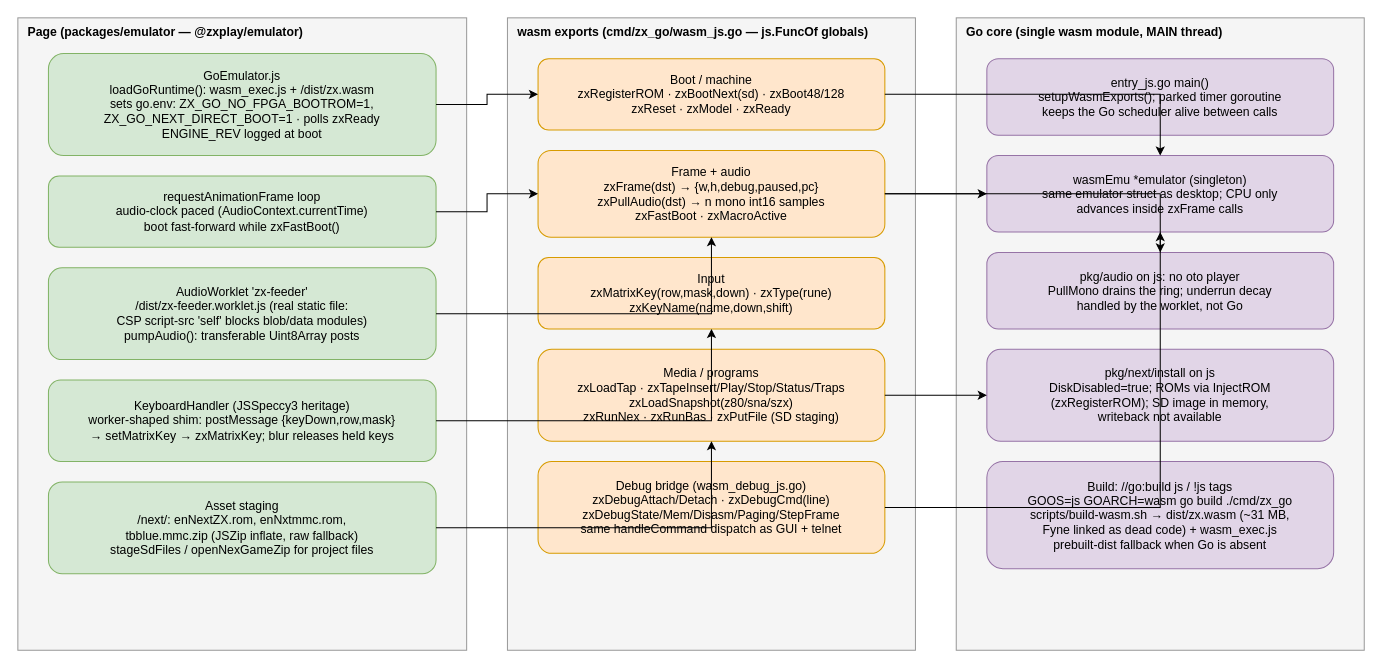
Before: packages/emulator-core/zx_go/docs/architecture/diagrams/wasm-integration.drawio in stever/zxcode, a draw.io diagram. Source tidied: cells renumbered, new cells numbered last; positions are measured from the earlier drawing's top-left corner, leaving out a move shared by most shapes. Both pictures are drawn from the tidied source at 102%, with x=0, y=0 at pixel (17, 17).
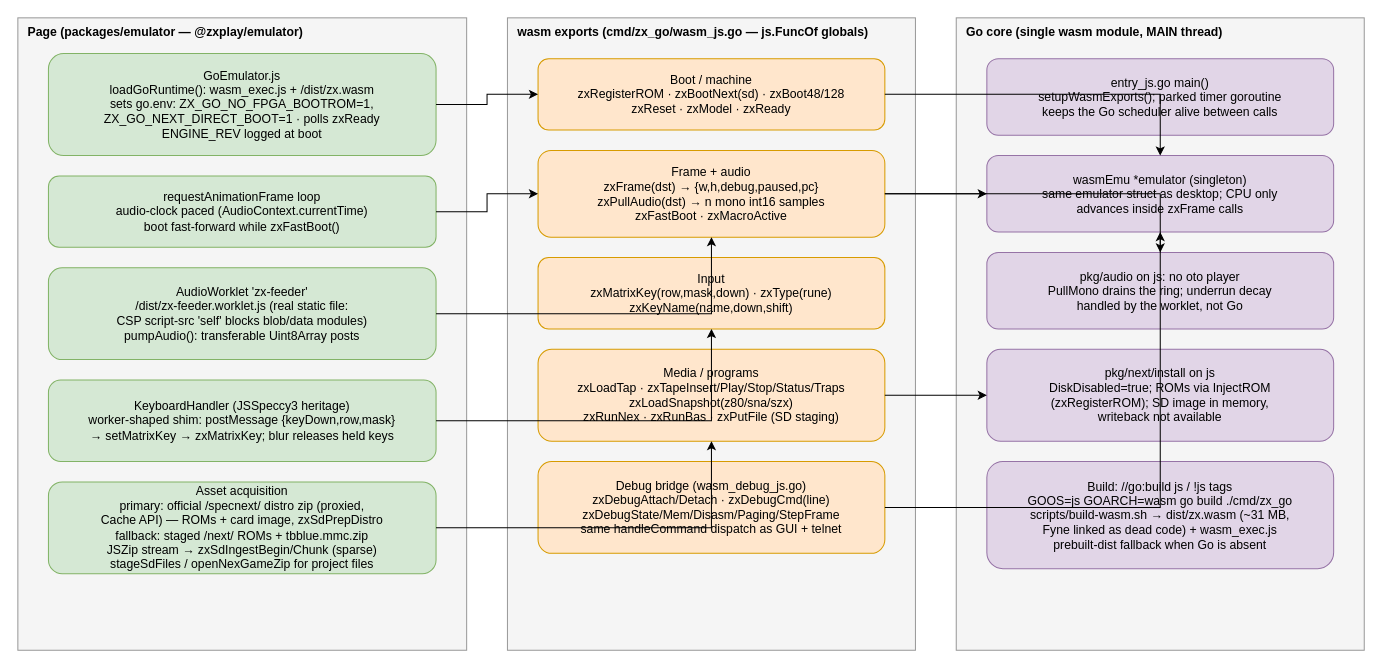
Above is the later version.

Change to the diagram source:
```diff
@@
-    <mxCell id="7" value="Asset staging&#10;/next/: enNextZX.rom, enNxtmmc.rom,&#10;tbblue.mmc.zip (JSZip inflate, raw fallback)&#10;stageSdFiles / openNexGameZip for project files" style="rounded=1;whiteSpace=wrap;html=1;fillColor=#d5e8d4;strokeColor=#82b366;" parent="1" vertex="1">
+    <mxCell id="7" value="Asset acquisition&#10;primary: official /specnext/ distro zip (proxied,&#10;Cache API) — ROMs + card image, zxSdPrepDistro&#10;fallback: staged /next/ ROMs + tbblue.mmc.zip&#10;JSZip stream → zxSdIngestBegin/Chunk (sparse)&#10;stageSdFiles / openNexGameZip for project files" style="rounded=1;whiteSpace=wrap;html=1;fillColor=#d5e8d4;strokeColor=#82b366;" parent="1" vertex="1">
       <mxGeometry x="30" y="455" width="380" height="90" as="geometry" />
     </mxCell>
```
